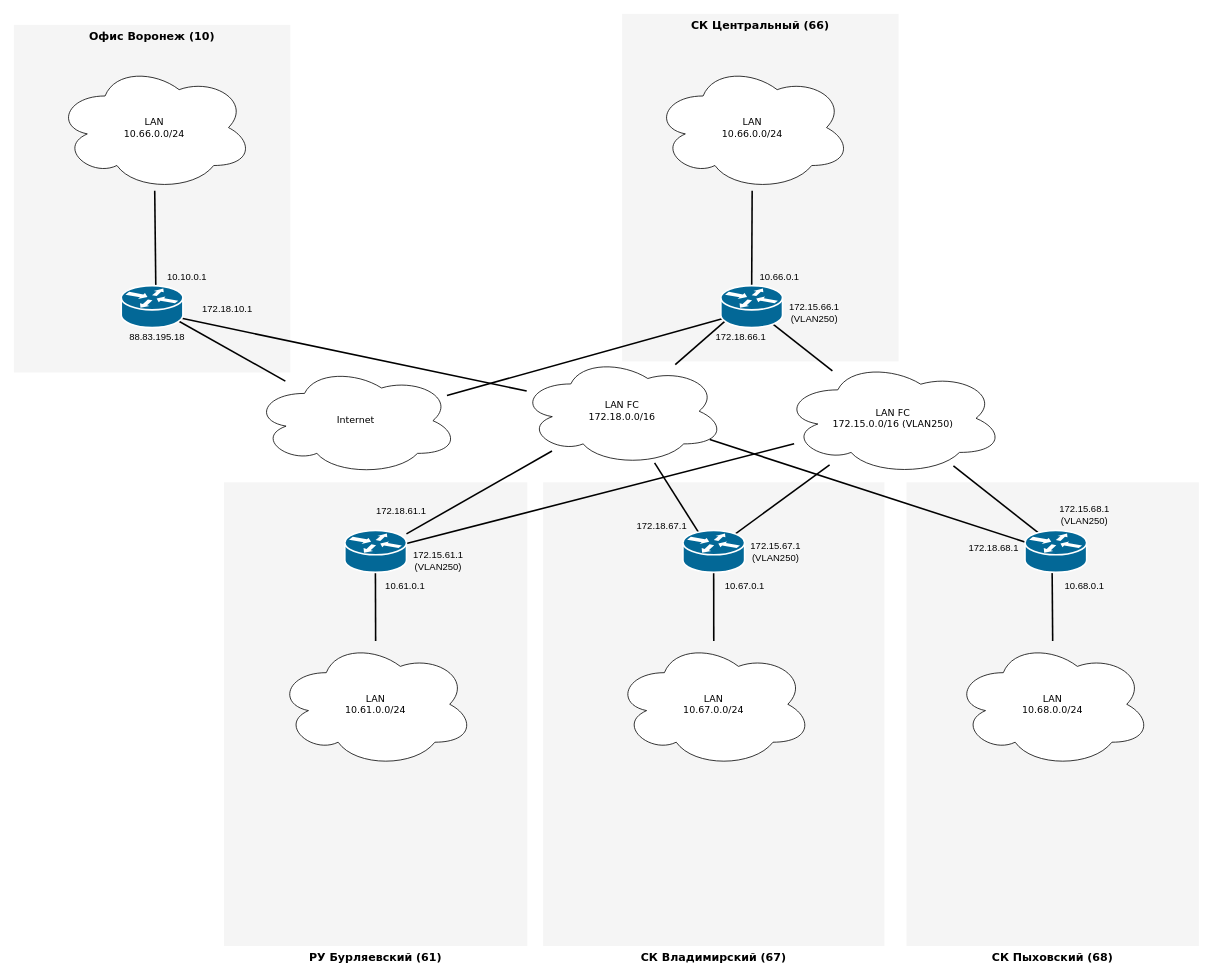
Before: L3 Новохоперск.drawio in kronalf/Novohapersk, a draw.io diagram. Source tidied: cells renumbered, new cells numbered last; positions are measured from the earlier drawing's top-left corner, leaving out a move shared by most shapes. Both pictures are drawn from the tidied source at 79%, with x=0, y=0 at pixel (13, 13).
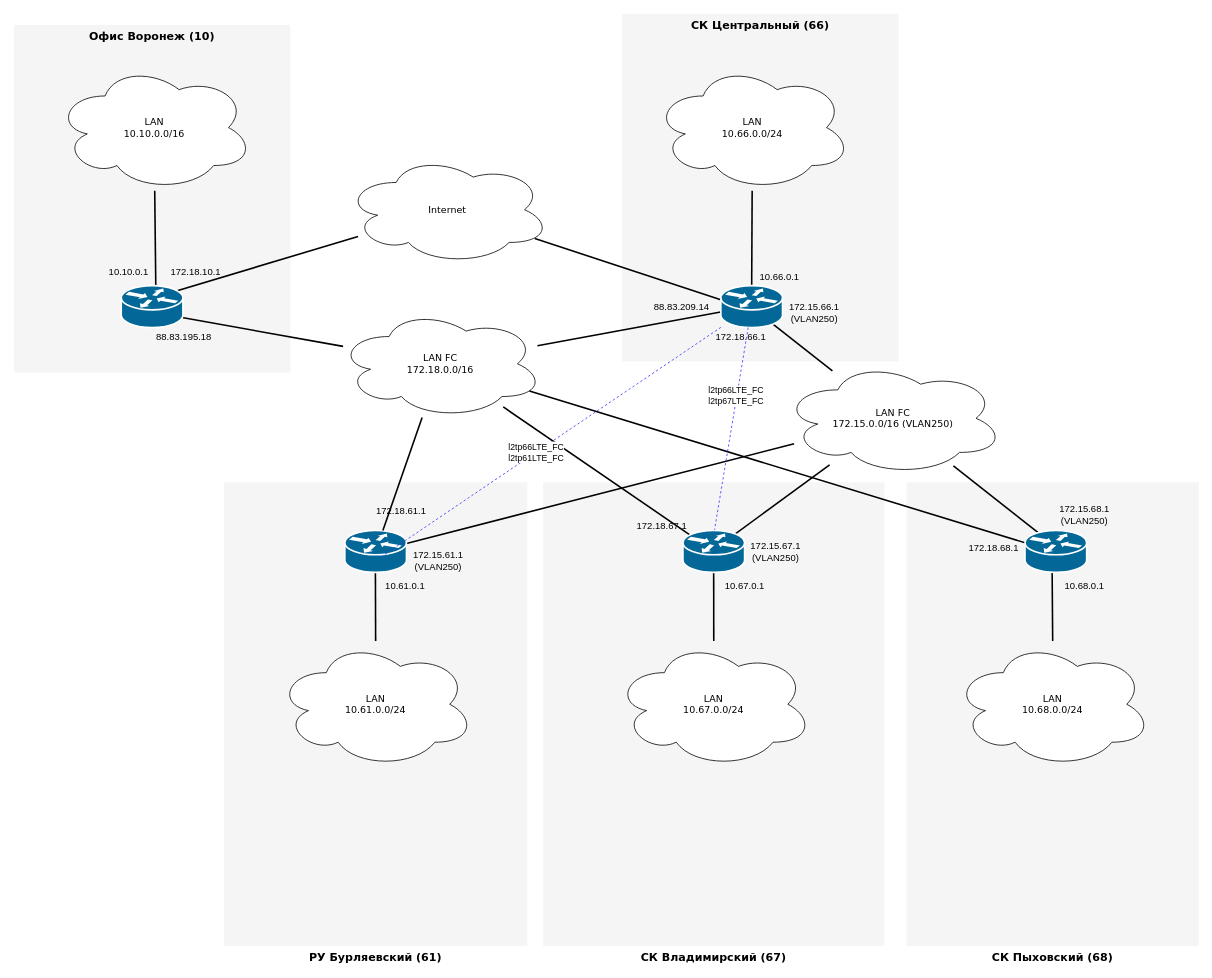
The same page after the edit.

The change refers to these unchanged cells:
```xml
<mxCell id="25" style="shape=mxgraph.cisco.routers.router;html=1;dashed=0;fillColor=#036897;strokeColor=#ffffff;strokeWidth=2;verticalLabelPosition=bottom;verticalAlign=top;rounded=0;shadow=0;comic=0;fontFamily=Verdana;fontSize=12;" parent="1" vertex="1">
  <mxGeometry x="419" y="654" width="78" height="53" as="geometry" />
</mxCell>
<mxCell id="50" style="shape=mxgraph.cisco.routers.router;html=1;dashed=0;fillColor=#036897;strokeColor=#ffffff;strokeWidth=2;verticalLabelPosition=bottom;verticalAlign=top;rounded=0;shadow=0;comic=0;fontFamily=Verdana;fontSize=12;" parent="1" vertex="1">
  <mxGeometry x="895" y="344" width="78" height="53" as="geometry" />
</mxCell>
```

Change to the diagram source:
```diff
@@
     <mxCell id="6" value="Internet" style="ellipse;shape=cloud;whiteSpace=wrap;html=1;rounded=0;shadow=0;comic=0;strokeWidth=1;fontFamily=Verdana;fontSize=12;" parent="1" vertex="1">
-      <mxGeometry x="303" y="446" width="260" height="138" as="geometry" />
+      <mxGeometry x="419" y="179" width="260" height="138" as="geometry" />
     </mxCell>
@@
     <mxCell id="29" value="LAN FC&lt;br&gt;172.18.0.0/16" style="ellipse;shape=cloud;whiteSpace=wrap;html=1;rounded=0;shadow=0;comic=0;strokeWidth=1;fontFamily=Verdana;fontSize=12;" parent="1" vertex="1">
-      <mxGeometry x="640" y="434" width="260" height="138" as="geometry" />
+      <mxGeometry x="410" y="374" width="260" height="138" as="geometry" />
     </mxCell>
@@
-    <mxCell id="34" style="shape=mxgraph.cisco.routers.router;html=1;dashed=0;fillColor=#036897;strokeColor=#ffffff;strokeWidth=2;verticalLabelPosition=bottom;verticalAlign=top;rounded=0;shadow=0;comic=0;fontFamily=Verdana;fontSize=12;" parent="1" vertex="1">
-      <mxGeometry x="847" y="654" width="78" height="53" as="geometry" />
-    </mxCell>
@@
-    <mxCell id="41" value="LAN&lt;br&gt;10.66.0.0/24" style="ellipse;shape=cloud;whiteSpace=wrap;html=1;rounded=0;shadow=0;comic=0;strokeWidth=1;fontFamily=Verdana;fontSize=12;" parent="1" vertex="1">
+    <mxCell id="41" value="LAN&lt;br&gt;10.10.0.0/16" style="ellipse;shape=cloud;whiteSpace=wrap;html=1;rounded=0;shadow=0;comic=0;strokeWidth=1;fontFamily=Verdana;fontSize=12;" parent="1" vertex="1">
       <mxGeometry x="53" y="64" width="250" height="160" as="geometry" />
     </mxCell>
     <mxCell id="42" value="10.10.0.1" style="text;html=1;align=center;verticalAlign=middle;fillColor=none;strokeColor=none;rounded=0;" parent="1" vertex="1">
-      <mxGeometry x="184" y="324" width="70" height="20" as="geometry" />
+      <mxGeometry x="110" y="317" width="70" height="20" as="geometry" />
     </mxCell>
     <mxCell id="43" value="88.83.195.18" style="text;html=1;align=center;verticalAlign=middle;fillColor=none;strokeColor=none;rounded=0;" parent="1" vertex="1">
-      <mxGeometry x="136" y="399" width="90" height="20" as="geometry" />
+      <mxGeometry x="170" y="399" width="90" height="20" as="geometry" />
     </mxCell>
     <mxCell id="44" value="172.18.10.1" style="text;html=1;align=center;verticalAlign=middle;fillColor=none;strokeColor=none;rounded=0;" parent="1" vertex="1">
-      <mxGeometry x="230" y="364" width="80" height="20" as="geometry" />
+      <mxGeometry x="190" y="317" width="80" height="20" as="geometry" />
     </mxCell>
@@
+    <mxCell id="51" value="88.83.209.14" style="text;html=1;align=center;verticalAlign=middle;fillColor=none;strokeColor=none;rounded=0;" parent="1" vertex="1">
+      <mxGeometry x="800" y="360.5" width="90" height="20" as="geometry" />
+    </mxCell>
+    <mxCell id="52" style="endArrow=none;dashed=1;html=1;rounded=0;entryX=0.449;entryY=0.547;entryDx=0;entryDy=0;entryPerimeter=0;fontColor=#3333FF;strokeColor=#3333FF;" parent="1" edge="1" source="50" target="34">
+      <mxGeometry relative="1" as="geometry" />
+    </mxCell>
+    <mxCell id="53" value="l2tp66LTE_FC&lt;br&gt;l2tp67LTE_FC" style="edgeLabel;html=1;align=center;verticalAlign=middle;" parent="52" vertex="1">
+      <mxGeometry x="-0.39" y="-2" relative="1" as="geometry" />
+    </mxCell>
+    <mxCell id="34" style="shape=mxgraph.cisco.routers.router;html=1;dashed=0;fillColor=#036897;strokeColor=#ffffff;strokeWidth=2;verticalLabelPosition=bottom;verticalAlign=top;rounded=0;shadow=0;comic=0;fontFamily=Verdana;fontSize=12;" parent="1" vertex="1">
+      <mxGeometry x="847" y="654" width="78" height="53" as="geometry" />
+    </mxCell>
+    <mxCell id="54" style="endArrow=none;dashed=1;html=1;rounded=0;entryX=0.577;entryY=0.642;entryDx=0;entryDy=0;entryPerimeter=0;fontColor=#3333FF;strokeColor=#3333FF;" parent="1" edge="1" source="50" target="25">
+      <mxGeometry relative="1" as="geometry" />
+    </mxCell>
+    <mxCell id="55" value="l2tp66LTE_FC&lt;br&gt;l2tp61LTE_FC" style="edgeLabel;html=1;align=center;verticalAlign=middle;" parent="54" vertex="1">
+      <mxGeometry x="-0.39" y="-2" relative="1" as="geometry">
+        <mxPoint x="-102" y="70" as="offset" />
+      </mxGeometry>
+    </mxCell>
```
